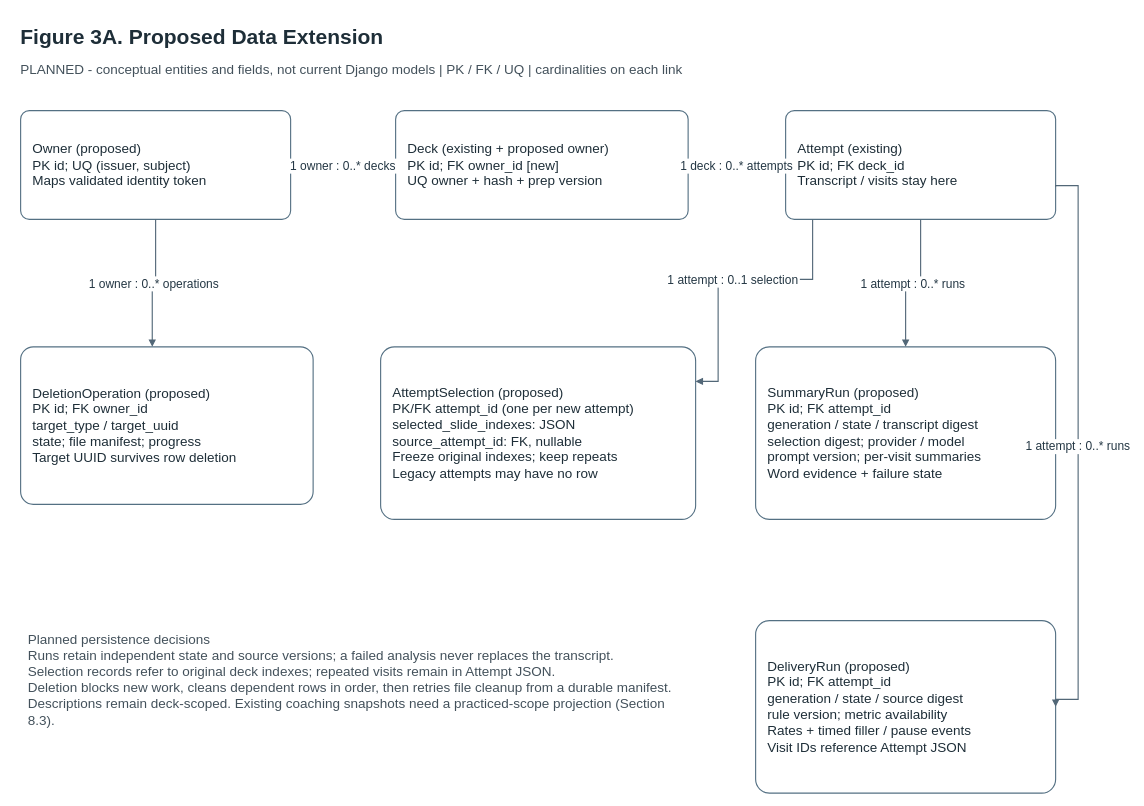
Before: assets/outloud-design/sources/figure-3a-planned-data.drawio in snuhcs-course/swpp-2026-project-team-07, a draw.io diagram. Source tidied: cells renumbered, new cells numbered last; positions are measured from the earlier drawing's top-left corner, leaving out a move shared by most shapes. Both pictures are drawn from the tidied source at 75%, with x=0, y=0 at pixel (13, 13).
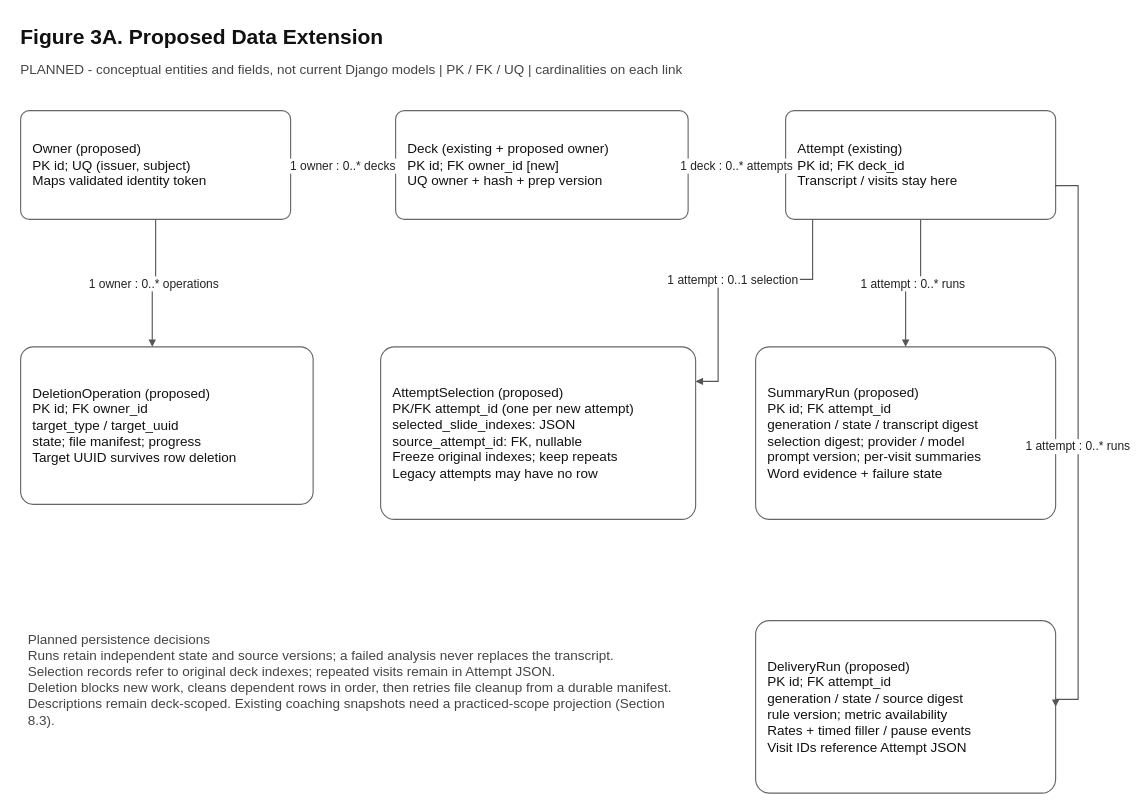
The same page after the edit.

The edit, as a diff of the source:
```diff
@@
-    <mxCell id="2" value="Figure 3A. Proposed Data Extension" style="html=0;whiteSpace=wrap;fontFamily=Arial;fontSize=18;fontColor=#1e2e38;spacing=10;text;strokeColor=none;fillColor=none;align=left;fontStyle=1;fontSize=28;" parent="1" vertex="1">
+    <mxCell id="2" value="Figure 3A. Proposed Data Extension" style="html=0;whiteSpace=wrap;fontFamily=Arial;fontSize=18;fontColor=#111111;spacing=10;text;strokeColor=none;fillColor=none;align=left;fontStyle=1;fontSize=28;" parent="1" vertex="1">
       <mxGeometry width="1380" height="45" as="geometry" />
     </mxCell>
-    <mxCell id="3" value="PLANNED - conceptual entities and fields, not current Django models | PK / FK / UQ | cardinalities on each link" style="html=0;whiteSpace=wrap;fontFamily=Arial;fontSize=18;fontColor=#1e2e38;spacing=10;text;strokeColor=none;fillColor=none;align=left;verticalAlign=top;fontColor=#43515b;" parent="1" vertex="1">
+    <mxCell id="3" value="PLANNED - conceptual entities and fields, not current Django models | PK / FK / UQ | cardinalities on each link" style="html=0;whiteSpace=wrap;fontFamily=Arial;fontSize=18;fontColor=#111111;spacing=10;text;strokeColor=none;fillColor=none;align=left;verticalAlign=top;fontColor=#444444;" parent="1" vertex="1">
       <mxGeometry y="50" width="1410" height="50" as="geometry" />
     </mxCell>
-    <mxCell id="4" value="Owner (proposed)&#10;PK id; UQ (issuer, subject)&#10;Maps validated identity token" style="html=0;whiteSpace=wrap;fontFamily=Arial;fontSize=18;fontColor=#1e2e38;spacing=10;rounded=1;arcSize=8;fillColor=#ffffff;strokeColor=#547083;strokeWidth=1.5;align=left;fontSize=18;spacing=16;" parent="1" vertex="1">
+    <mxCell id="4" value="Owner (proposed)&#10;PK id; UQ (issuer, subject)&#10;Maps validated identity token" style="html=0;whiteSpace=wrap;fontFamily=Arial;fontSize=18;fontColor=#111111;spacing=10;rounded=1;arcSize=8;fillColor=#ffffff;strokeColor=#666666;strokeWidth=1.5;align=left;fontSize=18;spacing=16;" parent="1" vertex="1">
       <mxGeometry x="10" y="130" width="360" height="145" as="geometry" />
     </mxCell>
-    <mxCell id="5" value="Deck (existing + proposed owner)&#10;PK id; FK owner_id [new]&#10;UQ owner + hash + prep version" style="html=0;whiteSpace=wrap;fontFamily=Arial;fontSize=18;fontColor=#1e2e38;spacing=10;rounded=1;arcSize=8;fillColor=#ffffff;strokeColor=#547083;strokeWidth=1.5;align=left;fontSize=18;spacing=16;" parent="1" vertex="1">
+    <mxCell id="5" value="Deck (existing + proposed owner)&#10;PK id; FK owner_id [new]&#10;UQ owner + hash + prep version" style="html=0;whiteSpace=wrap;fontFamily=Arial;fontSize=18;fontColor=#111111;spacing=10;rounded=1;arcSize=8;fillColor=#ffffff;strokeColor=#666666;strokeWidth=1.5;align=left;fontSize=18;spacing=16;" parent="1" vertex="1">
       <mxGeometry x="510" y="130" width="390" height="145" as="geometry" />
     </mxCell>
-    <mxCell id="6" value="Attempt (existing)&#10;PK id; FK deck_id&#10;Transcript / visits stay here" style="html=0;whiteSpace=wrap;fontFamily=Arial;fontSize=18;fontColor=#1e2e38;spacing=10;rounded=1;arcSize=8;fillColor=#ffffff;strokeColor=#547083;strokeWidth=1.5;align=left;fontSize=18;spacing=16;" parent="1" vertex="1">
+    <mxCell id="6" value="Attempt (existing)&#10;PK id; FK deck_id&#10;Transcript / visits stay here" style="html=0;whiteSpace=wrap;fontFamily=Arial;fontSize=18;fontColor=#111111;spacing=10;rounded=1;arcSize=8;fillColor=#ffffff;strokeColor=#666666;strokeWidth=1.5;align=left;fontSize=18;spacing=16;" parent="1" vertex="1">
       <mxGeometry x="1030" y="130" width="360" height="145" as="geometry" />
     </mxCell>
-    <mxCell id="7" value="DeletionOperation (proposed)&#10;PK id; FK owner_id&#10;target_type / target_uuid&#10;state; file manifest; progress&#10;Target UUID survives row deletion" style="html=0;whiteSpace=wrap;fontFamily=Arial;fontSize=18;fontColor=#1e2e38;spacing=10;rounded=1;arcSize=8;fillColor=#ffffff;strokeColor=#547083;strokeWidth=1.5;align=left;fontSize=18;spacing=16;" parent="1" vertex="1">
+    <mxCell id="7" value="DeletionOperation (proposed)&#10;PK id; FK owner_id&#10;target_type / target_uuid&#10;state; file manifest; progress&#10;Target UUID survives row deletion" style="html=0;whiteSpace=wrap;fontFamily=Arial;fontSize=18;fontColor=#111111;spacing=10;rounded=1;arcSize=8;fillColor=#ffffff;strokeColor=#666666;strokeWidth=1.5;align=left;fontSize=18;spacing=16;" parent="1" vertex="1">
       <mxGeometry x="10" y="445" width="390" height="210" as="geometry" />
     </mxCell>
-    <mxCell id="8" value="AttemptSelection (proposed)&#10;PK/FK attempt_id (one per new attempt)&#10;selected_slide_indexes: JSON&#10;source_attempt_id: FK, nullable&#10;Freeze original indexes; keep repeats&#10;Legacy attempts may have no row" style="html=0;whiteSpace=wrap;fontFamily=Arial;fontSize=18;fontColor=#1e2e38;spacing=10;rounded=1;arcSize=8;fillColor=#ffffff;strokeColor=#547083;strokeWidth=1.5;align=left;fontSize=18;spacing=16;" parent="1" vertex="1">
+    <mxCell id="8" value="AttemptSelection (proposed)&#10;PK/FK attempt_id (one per new attempt)&#10;selected_slide_indexes: JSON&#10;source_attempt_id: FK, nullable&#10;Freeze original indexes; keep repeats&#10;Legacy attempts may have no row" style="html=0;whiteSpace=wrap;fontFamily=Arial;fontSize=18;fontColor=#111111;spacing=10;rounded=1;arcSize=8;fillColor=#ffffff;strokeColor=#666666;strokeWidth=1.5;align=left;fontSize=18;spacing=16;" parent="1" vertex="1">
       <mxGeometry x="490" y="445" width="420" height="230" as="geometry" />
     </mxCell>
-    <mxCell id="9" value="SummaryRun (proposed)&#10;PK id; FK attempt_id&#10;generation / state / transcript digest&#10;selection digest; provider / model&#10;prompt version; per-visit summaries&#10;Word evidence + failure state" style="html=0;whiteSpace=wrap;fontFamily=Arial;fontSize=18;fontColor=#1e2e38;spacing=10;rounded=1;arcSize=8;fillColor=#ffffff;strokeColor=#547083;strokeWidth=1.5;align=left;fontSize=18;spacing=16;" parent="1" vertex="1">
+    <mxCell id="9" value="SummaryRun (proposed)&#10;PK id; FK attempt_id&#10;generation / state / transcript digest&#10;selection digest; provider / model&#10;prompt version; per-visit summaries&#10;Word evidence + failure state" style="html=0;whiteSpace=wrap;fontFamily=Arial;fontSize=18;fontColor=#111111;spacing=10;rounded=1;arcSize=8;fillColor=#ffffff;strokeColor=#666666;strokeWidth=1.5;align=left;fontSize=18;spacing=16;" parent="1" vertex="1">
       <mxGeometry x="990" y="445" width="400" height="230" as="geometry" />
     </mxCell>
-    <mxCell id="10" value="DeliveryRun (proposed)&#10;PK id; FK attempt_id&#10;generation / state / source digest&#10;rule version; metric availability&#10;Rates + timed filler / pause events&#10;Visit IDs reference Attempt JSON" style="html=0;whiteSpace=wrap;fontFamily=Arial;fontSize=18;fontColor=#1e2e38;spacing=10;rounded=1;arcSize=8;fillColor=#ffffff;strokeColor=#547083;strokeWidth=1.5;align=left;fontSize=18;spacing=16;" parent="1" vertex="1">
+    <mxCell id="10" value="DeliveryRun (proposed)&#10;PK id; FK attempt_id&#10;generation / state / source digest&#10;rule version; metric availability&#10;Rates + timed filler / pause events&#10;Visit IDs reference Attempt JSON" style="html=0;whiteSpace=wrap;fontFamily=Arial;fontSize=18;fontColor=#111111;spacing=10;rounded=1;arcSize=8;fillColor=#ffffff;strokeColor=#666666;strokeWidth=1.5;align=left;fontSize=18;spacing=16;" parent="1" vertex="1">
       <mxGeometry x="990" y="810" width="400" height="230" as="geometry" />
     </mxCell>
-    <mxCell id="11" value="1 owner : 0..* decks" style="edgeStyle=orthogonalEdgeStyle;rounded=0;jettySize=auto;html=0;endArrow=block;endFill=1;strokeColor=#526777;strokeWidth=1.5;fontFamily=Arial;fontSize=16;fontColor=#243744;labelBackgroundColor=#ffffff;entryX=0;entryY=0.5;entryDx=0;entryDy=0;exitX=1;exitY=0.5;exitDx=0;exitDy=0;" parent="1" edge="1" source="4" target="5">
+    <mxCell id="11" value="1 owner : 0..* decks" style="edgeStyle=orthogonalEdgeStyle;rounded=0;jettySize=auto;html=0;endArrow=block;endFill=1;strokeColor=#555555;strokeWidth=1.5;fontFamily=Arial;fontSize=16;fontColor=#222222;labelBackgroundColor=#ffffff;entryX=0;entryY=0.5;entryDx=0;entryDy=0;exitX=1;exitY=0.5;exitDx=0;exitDy=0;" parent="1" edge="1" source="4" target="5">
       <mxGeometry relative="1" as="geometry" />
     </mxCell>
-    <mxCell id="12" value="1 deck : 0..* attempts" style="edgeStyle=orthogonalEdgeStyle;rounded=0;jettySize=auto;html=0;endArrow=block;endFill=1;strokeColor=#526777;strokeWidth=1.5;fontFamily=Arial;fontSize=16;fontColor=#243744;labelBackgroundColor=#ffffff;entryX=0;entryY=0.5;entryDx=0;entryDy=0;exitX=1;exitY=0.5;exitDx=0;exitDy=0;" parent="1" edge="1" source="5" target="6">
+    <mxCell id="12" value="1 deck : 0..* attempts" style="edgeStyle=orthogonalEdgeStyle;rounded=0;jettySize=auto;html=0;endArrow=block;endFill=1;strokeColor=#555555;strokeWidth=1.5;fontFamily=Arial;fontSize=16;fontColor=#222222;labelBackgroundColor=#ffffff;entryX=0;entryY=0.5;entryDx=0;entryDy=0;exitX=1;exitY=0.5;exitDx=0;exitDy=0;" parent="1" edge="1" source="5" target="6">
       <mxGeometry relative="1" as="geometry" />
     </mxCell>
-    <mxCell id="13" value="1 owner : 0..* operations" style="edgeStyle=orthogonalEdgeStyle;rounded=0;jettySize=auto;html=0;endArrow=block;endFill=1;strokeColor=#526777;strokeWidth=1.5;fontFamily=Arial;fontSize=16;fontColor=#243744;labelBackgroundColor=#ffffff;entryX=0.45;entryY=0;entryDx=0;entryDy=0;exitX=0.5;exitY=1;exitDx=0;exitDy=0;" parent="1" edge="1" source="4" target="7">
+    <mxCell id="13" value="1 owner : 0..* operations" style="edgeStyle=orthogonalEdgeStyle;rounded=0;jettySize=auto;html=0;endArrow=block;endFill=1;strokeColor=#555555;strokeWidth=1.5;fontFamily=Arial;fontSize=16;fontColor=#222222;labelBackgroundColor=#ffffff;entryX=0.45;entryY=0;entryDx=0;entryDy=0;exitX=0.5;exitY=1;exitDx=0;exitDy=0;" parent="1" edge="1" source="4" target="7">
       <mxGeometry relative="1" as="geometry" />
     </mxCell>
-    <mxCell id="14" value="1 attempt : 0..1 selection" style="edgeStyle=orthogonalEdgeStyle;rounded=0;jettySize=auto;html=0;endArrow=block;endFill=1;strokeColor=#526777;strokeWidth=1.5;fontFamily=Arial;fontSize=16;fontColor=#243744;labelBackgroundColor=#ffffff;entryX=1;entryY=0.2;entryDx=0;entryDy=0;exitX=0.1;exitY=1;exitDx=0;exitDy=0;" parent="1" edge="1" source="6" target="8">
+    <mxCell id="14" value="1 attempt : 0..1 selection" style="edgeStyle=orthogonalEdgeStyle;rounded=0;jettySize=auto;html=0;endArrow=block;endFill=1;strokeColor=#555555;strokeWidth=1.5;fontFamily=Arial;fontSize=16;fontColor=#222222;labelBackgroundColor=#ffffff;entryX=1;entryY=0.2;entryDx=0;entryDy=0;exitX=0.1;exitY=1;exitDx=0;exitDy=0;" parent="1" edge="1" source="6" target="8">
       <mxGeometry relative="1" as="geometry">
         <Array as="points">
           <mxPoint x="970" y="355" />
           <mxPoint x="940" y="355" />
           <mxPoint x="940" y="490" />
         </Array>
       </mxGeometry>
     </mxCell>
-    <mxCell id="15" value="1 attempt : 0..* runs" style="edgeStyle=orthogonalEdgeStyle;rounded=0;jettySize=auto;html=0;endArrow=block;endFill=1;strokeColor=#526777;strokeWidth=1.5;fontFamily=Arial;fontSize=16;fontColor=#243744;labelBackgroundColor=#ffffff;entryX=0.5;entryY=0;entryDx=0;entryDy=0;exitX=0.5;exitY=1;exitDx=0;exitDy=0;" parent="1" edge="1" source="6" target="9">
+    <mxCell id="15" value="1 attempt : 0..* runs" style="edgeStyle=orthogonalEdgeStyle;rounded=0;jettySize=auto;html=0;endArrow=block;endFill=1;strokeColor=#555555;strokeWidth=1.5;fontFamily=Arial;fontSize=16;fontColor=#222222;labelBackgroundColor=#ffffff;entryX=0.5;entryY=0;entryDx=0;entryDy=0;exitX=0.5;exitY=1;exitDx=0;exitDy=0;" parent="1" edge="1" source="6" target="9">
       <mxGeometry relative="1" as="geometry" />
     </mxCell>
-    <mxCell id="16" value="1 attempt : 0..* runs" style="edgeStyle=orthogonalEdgeStyle;rounded=0;jettySize=auto;html=0;endArrow=block;endFill=1;strokeColor=#526777;strokeWidth=1.5;fontFamily=Arial;fontSize=16;fontColor=#243744;labelBackgroundColor=#ffffff;entryX=1;entryY=0.5;entryDx=0;entryDy=0;exitX=1;exitY=0.7;exitDx=0;exitDy=0;" parent="1" edge="1" source="6" target="10">
+    <mxCell id="16" value="1 attempt : 0..* runs" style="edgeStyle=orthogonalEdgeStyle;rounded=0;jettySize=auto;html=0;endArrow=block;endFill=1;strokeColor=#555555;strokeWidth=1.5;fontFamily=Arial;fontSize=16;fontColor=#222222;labelBackgroundColor=#ffffff;entryX=1;entryY=0.5;entryDx=0;entryDy=0;exitX=1;exitY=0.7;exitDx=0;exitDy=0;" parent="1" edge="1" source="6" target="10">
       <mxGeometry relative="1" as="geometry">
         <Array as="points">
           <mxPoint x="1420" y="230" />
           <mxPoint x="1420" y="915" />
         </Array>
       </mxGeometry>
     </mxCell>
-    <mxCell id="17" value="Planned persistence decisions&#10;Runs retain independent state and source versions; a failed analysis never replaces the transcript.&#10;Selection records refer to original deck indexes; repeated visits remain in Attempt JSON.&#10;Deletion blocks new work, cleans dependent rows in order, then retries file cleanup from a durable manifest.&#10;Descriptions remain deck-scoped. Existing coaching snapshots need a practiced-scope projection (Section 8.3)." style="html=0;whiteSpace=wrap;fontFamily=Arial;fontSize=18;fontColor=#1e2e38;spacing=10;text;strokeColor=none;fillColor=none;align=left;verticalAlign=top;fontColor=#43515b;" parent="1" vertex="1">
+    <mxCell id="17" value="Planned persistence decisions&#10;Runs retain independent state and source versions; a failed analysis never replaces the transcript.&#10;Selection records refer to original deck indexes; repeated visits remain in Attempt JSON.&#10;Deletion blocks new work, cleans dependent rows in order, then retries file cleanup from a durable manifest.&#10;Descriptions remain deck-scoped. Existing coaching snapshots need a practiced-scope projection (Section 8.3)." style="html=0;whiteSpace=wrap;fontFamily=Arial;fontSize=18;fontColor=#111111;spacing=10;text;strokeColor=none;fillColor=none;align=left;verticalAlign=top;fontColor=#444444;" parent="1" vertex="1">
       <mxGeometry x="10" y="810" width="880" height="225" as="geometry" />
     </mxCell>
```
